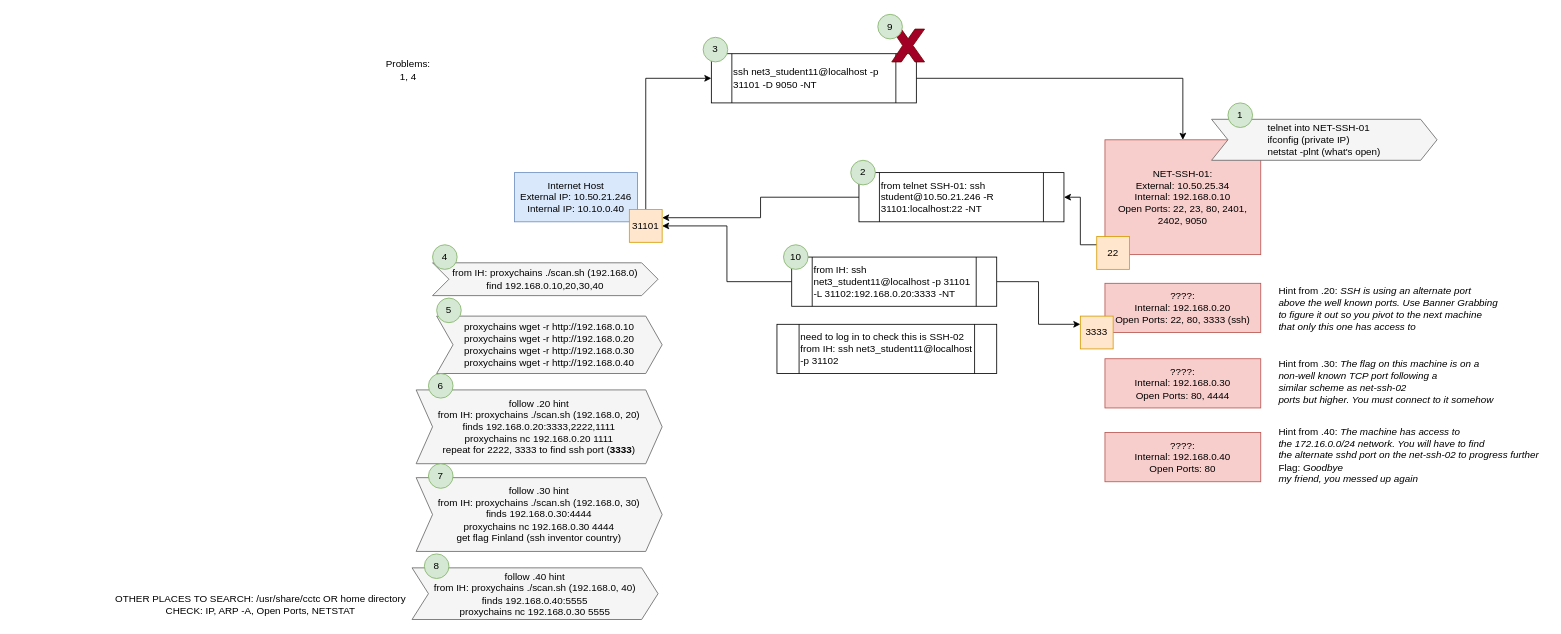
The draw.io diagram ctf/CTF_data_collection1.drawio in abfarr/cctc, before the edit. Source tidied: cells renumbered, new cells numbered last; positions are measured from the earlier drawing's top-left corner, leaving out a move shared by most shapes. Both pictures are drawn from the tidied source at 82%, with x=0, y=0 at pixel (108, 14).
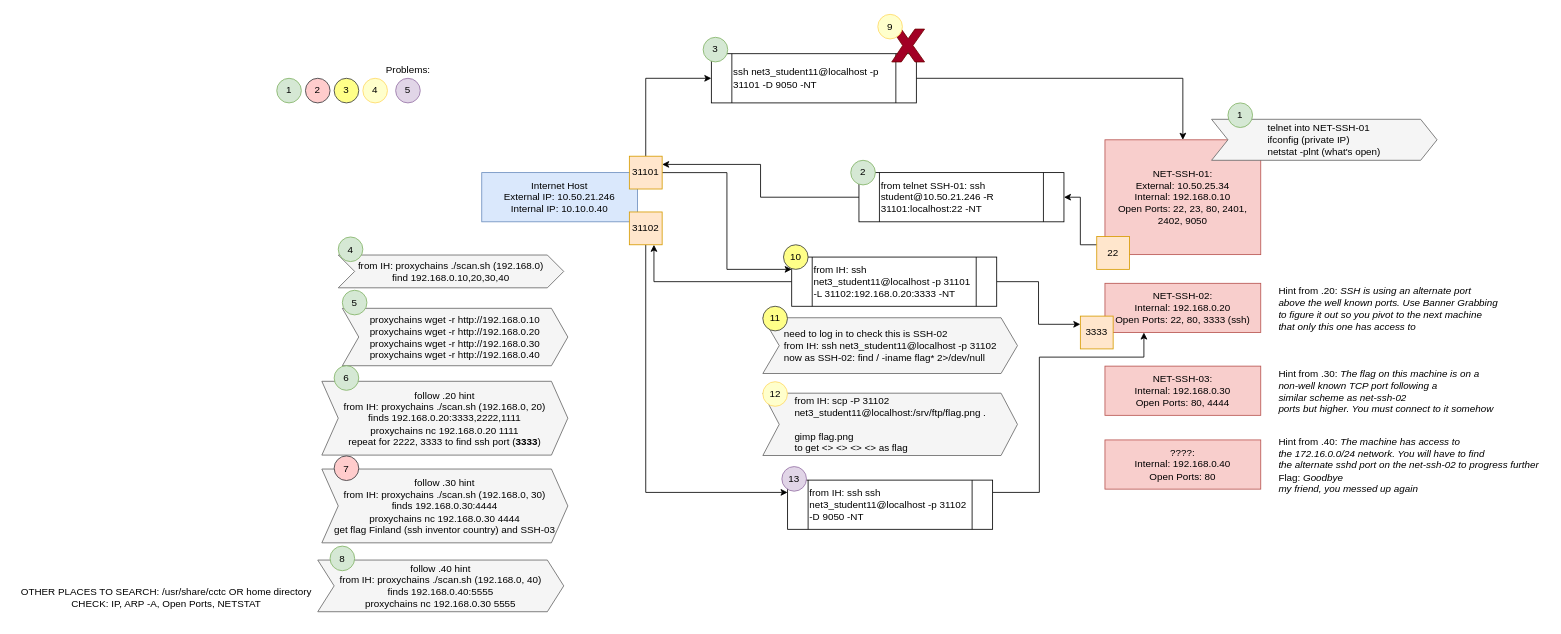
The same page after the edit.

The change refers to these unchanged cells:
```xml
<mxCell id="38" value="from IH:&amp;nbsp;ssh net3_student11@localhost -p 31101 -L 31102:192.168.0.20:3333 -NT" style="shape=process;whiteSpace=wrap;html=1;backgroundOutline=1;align=left;" parent="1" vertex="1">
  <mxGeometry x="833" y="296" width="250" height="60" as="geometry" />
</mxCell>
```

What changed in the source:
```diff
@@
     <mxCell id="2" value="Internet Host&lt;br&gt;External IP: 10.50.21.246&lt;br&gt;Internal IP: 10.10.0.40" style="rounded=0;whiteSpace=wrap;html=1;fillColor=#dae8fc;strokeColor=#6c8ebf;" parent="1" vertex="1">
-      <mxGeometry x="495" y="193" width="150" height="60" as="geometry" />
+      <mxGeometry x="455" y="193" width="190" height="60" as="geometry" />
     </mxCell>
@@
+    <mxCell id="42" style="edgeStyle=orthogonalEdgeStyle;rounded=0;jettySize=auto;html=1;exitX=1;exitY=0.5;exitDx=0;exitDy=0;entryX=0;entryY=0.25;entryDx=0;entryDy=0;" parent="1" edge="1" source="9" target="38">
+      <mxGeometry relative="1" as="geometry" />
+    </mxCell>
     <mxCell id="9" value="31101" style="whiteSpace=wrap;html=1;fillColor=#ffe6cc;strokeColor=#d79b00;" parent="1" vertex="1">
-      <mxGeometry x="635" y="238" width="40" height="40" as="geometry" />
+      <mxGeometry x="635" y="173" width="40" height="40" as="geometry" />
     </mxCell>
@@
-    <mxCell id="13" value="????:&lt;br&gt;Internal:&amp;nbsp;192.168.0.20&lt;br&gt;Open Ports: 22, 80, 3333 (ssh)" style="rounded=0;whiteSpace=wrap;html=1;fillColor=#f8cecc;strokeColor=#b85450;" parent="1" vertex="1">
+    <mxCell id="13" value="NET-SSH-02:&lt;br&gt;Internal:&amp;nbsp;192.168.0.20&lt;br&gt;Open Ports: 22, 80, 3333 (ssh)" style="rounded=0;whiteSpace=wrap;html=1;fillColor=#f8cecc;strokeColor=#b85450;" parent="1" vertex="1">
       <mxGeometry x="1215" y="328" width="190" height="60" as="geometry" />
     </mxCell>
-    <mxCell id="14" value="????:&lt;br&gt;Internal:&amp;nbsp;192.168.0.30&lt;br&gt;Open Ports: 80, 4444" style="rounded=0;whiteSpace=wrap;html=1;fillColor=#f8cecc;strokeColor=#b85450;" parent="1" vertex="1">
-      <mxGeometry x="1215" y="420" width="190" height="60" as="geometry" />
+    <mxCell id="14" value="NET-SSH-03:&lt;br&gt;Internal:&amp;nbsp;192.168.0.30&lt;br&gt;Open Ports: 80, 4444" style="rounded=0;whiteSpace=wrap;html=1;fillColor=#f8cecc;strokeColor=#b85450;" parent="1" vertex="1">
+      <mxGeometry x="1215" y="429" width="190" height="60" as="geometry" />
     </mxCell>
     <mxCell id="15" value="????:&lt;br&gt;Internal:&amp;nbsp;192.168.0.40&lt;br&gt;Open Ports: 80" style="rounded=0;whiteSpace=wrap;html=1;fillColor=#f8cecc;strokeColor=#b85450;" parent="1" vertex="1">
-      <mxGeometry x="1215" y="510" width="190" height="60" as="geometry" />
+      <mxGeometry x="1215" y="519" width="190" height="60" as="geometry" />
     </mxCell>
     <mxCell id="16" value="&lt;span style=&quot;color: rgb(0 , 0 , 0) ; text-align: left&quot;&gt;from IH:&amp;nbsp;&lt;/span&gt;&lt;font color=&quot;#000000&quot;&gt;proxychains ./scan.sh (192.168.0)&lt;br&gt;find 192.168.0.10,20,30,40&lt;br&gt;&lt;/font&gt;" style="shape=step;perimeter=stepPerimeter;whiteSpace=wrap;html=1;fixedSize=1;align=center;fillColor=#f5f5f5;fontColor=#333333;strokeColor=#666666;" parent="1" vertex="1">
-      <mxGeometry x="395" y="303" width="275" height="40" as="geometry" />
+      <mxGeometry x="280" y="293.5" width="275" height="40" as="geometry" />
     </mxCell>
@@
     <mxCell id="20" value="4" style="ellipse;whiteSpace=wrap;html=1;fillColor=#d5e8d4;strokeColor=#82b366;" parent="1" vertex="1">
-      <mxGeometry x="395" y="281" width="30" height="30" as="geometry" />
+      <mxGeometry x="280" y="271.5" width="30" height="30" as="geometry" />
     </mxCell>
     <mxCell id="21" value="&lt;div style=&quot;text-align: left&quot;&gt;&lt;span style=&quot;color: rgb(0 , 0 , 0)&quot;&gt;proxychains wget -r http://192.168.0.10&lt;/span&gt;&lt;/div&gt;&lt;div style=&quot;text-align: left&quot;&gt;&lt;span style=&quot;color: rgb(0 , 0 , 0)&quot;&gt;proxychains wget -r http://192.168.0.20&lt;/span&gt;&lt;span style=&quot;color: rgb(0 , 0 , 0)&quot;&gt;&lt;br&gt;&lt;/span&gt;&lt;/div&gt;&lt;div style=&quot;text-align: left&quot;&gt;&lt;span style=&quot;color: rgb(0 , 0 , 0)&quot;&gt;proxychains wget -r http://192.168.0.30&lt;/span&gt;&lt;span style=&quot;color: rgb(0 , 0 , 0)&quot;&gt;&lt;br&gt;&lt;/span&gt;&lt;/div&gt;&lt;div style=&quot;text-align: left&quot;&gt;&lt;span style=&quot;color: rgb(0 , 0 , 0)&quot;&gt;proxychains wget -r http://192.168.0.40&lt;/span&gt;&lt;span style=&quot;color: rgb(0 , 0 , 0)&quot;&gt;&lt;br&gt;&lt;/span&gt;&lt;/div&gt;" style="shape=step;perimeter=stepPerimeter;whiteSpace=wrap;html=1;fixedSize=1;align=center;fillColor=#f5f5f5;fontColor=#333333;strokeColor=#666666;" parent="1" vertex="1">
-      <mxGeometry x="400" y="368" width="275" height="70" as="geometry" />
+      <mxGeometry x="285" y="358.5" width="275" height="70" as="geometry" />
     </mxCell>
     <mxCell id="22" value="5" style="ellipse;whiteSpace=wrap;html=1;fillColor=#d5e8d4;strokeColor=#82b366;" parent="1" vertex="1">
-      <mxGeometry x="400" y="346" width="30" height="30" as="geometry" />
+      <mxGeometry x="285" y="336.5" width="30" height="30" as="geometry" />
     </mxCell>
-    <mxCell id="23" value="Problems:&lt;br&gt;1, 4" style="text;html=1;align=center;verticalAlign=middle;strokeColor=none;fillColor=none;" parent="1" vertex="1">
-      <mxGeometry x="330" y="53" width="70" height="30" as="geometry" />
+    <mxCell id="23" value="Problems:" style="text;html=1;align=center;verticalAlign=middle;strokeColor=none;fillColor=none;" parent="1" vertex="1">
+      <mxGeometry x="330" y="58" width="70" height="20" as="geometry" />
     </mxCell>
@@
     <mxCell id="25" value="Hint from .30: &lt;i&gt;The flag on this machine is on a &lt;br&gt;non-well known TCP port following a &lt;br&gt;similar scheme as net-ssh-02 &lt;br&gt;ports but higher. You must connect to it somehow&amp;nbsp;&lt;/i&gt;&amp;nbsp;" style="text;html=1;align=left;verticalAlign=middle;strokeColor=none;fillColor=none;" parent="1" vertex="1">
-      <mxGeometry x="1425" y="418" width="280" height="60" as="geometry" />
+      <mxGeometry x="1425" y="430" width="280" height="60" as="geometry" />
     </mxCell>
     <mxCell id="26" value="&lt;div&gt;Hint from .40: &lt;i&gt;The machine has access to&amp;nbsp;&lt;/i&gt;&lt;/div&gt;&lt;div&gt;&lt;i&gt;the 172.16.0.0/24 network. You will have to find&amp;nbsp;&lt;/i&gt;&lt;/div&gt;&lt;div&gt;&lt;i&gt;the alternate sshd port on the net-ssh-02 to progress further&lt;/i&gt;&lt;/div&gt;&lt;div&gt;Flag: &lt;i&gt;Goodbye&lt;/i&gt;&lt;/div&gt;&lt;div&gt;&lt;i&gt;my friend, you messed up again&lt;/i&gt;&lt;/div&gt;" style="text;html=1;align=left;verticalAlign=middle;strokeColor=none;fillColor=none;" parent="1" vertex="1">
-      <mxGeometry x="1425" y="498" width="330" height="80" as="geometry" />
+      <mxGeometry x="1425" y="510" width="330" height="80" as="geometry" />
     </mxCell>
     <mxCell id="27" value="&lt;span style=&quot;color: rgb(0 , 0 , 0) ; text-align: left&quot;&gt;follow .20 hint&lt;br&gt;from IH:&amp;nbsp;&lt;/span&gt;&lt;font color=&quot;#000000&quot;&gt;proxychains ./scan.sh (192.168.0, 20)&lt;br&gt;finds 192.168.0.20:3333,2222,1111&lt;br&gt;&lt;/font&gt;&lt;span style=&quot;color: rgb(0 , 0 , 0)&quot;&gt;proxychains nc 192.168.0.20 1111&lt;/span&gt;&lt;br style=&quot;color: rgb(0 , 0 , 0)&quot;&gt;&lt;span style=&quot;color: rgb(0 , 0 , 0)&quot;&gt;repeat for 2222, 3333 to find ssh port (&lt;/span&gt;&lt;b style=&quot;color: rgb(0 , 0 , 0)&quot;&gt;3333&lt;/b&gt;&lt;span style=&quot;color: rgb(0 , 0 , 0)&quot;&gt;)&lt;/span&gt;&lt;font color=&quot;#000000&quot;&gt;&lt;br&gt;&lt;/font&gt;" style="shape=step;perimeter=stepPerimeter;whiteSpace=wrap;html=1;fixedSize=1;align=center;fillColor=#f5f5f5;fontColor=#333333;strokeColor=#666666;" parent="1" vertex="1">
-      <mxGeometry x="375" y="458" width="300" height="90" as="geometry" />
+      <mxGeometry x="260" y="447.5" width="300" height="90" as="geometry" />
     </mxCell>
     <mxCell id="28" value="6" style="ellipse;whiteSpace=wrap;html=1;fillColor=#d5e8d4;strokeColor=#82b366;" parent="1" vertex="1">
-      <mxGeometry x="390" y="438" width="30" height="30" as="geometry" />
+      <mxGeometry x="275" y="428.5" width="30" height="30" as="geometry" />
     </mxCell>
-    <mxCell id="29" value="&lt;span style=&quot;color: rgb(0 , 0 , 0) ; text-align: left&quot;&gt;follow .30 hint&lt;br&gt;from IH:&amp;nbsp;&lt;/span&gt;&lt;font color=&quot;#000000&quot;&gt;proxychains ./scan.sh (192.168.0, 30)&lt;br&gt;finds 192.168.0.30:4444&lt;br&gt;&lt;/font&gt;&lt;span style=&quot;color: rgb(0 , 0 , 0)&quot;&gt;proxychains nc 192.168.0.30 4444&lt;br&gt;&lt;/span&gt;&lt;font color=&quot;#000000&quot;&gt;get flag Finland (ssh inventor country)&lt;br&gt;&lt;/font&gt;" style="shape=step;perimeter=stepPerimeter;whiteSpace=wrap;html=1;fixedSize=1;align=center;fillColor=#f5f5f5;fontColor=#333333;strokeColor=#666666;" parent="1" vertex="1">
-      <mxGeometry x="375" y="565" width="300" height="90" as="geometry" />
+    <mxCell id="29" value="&lt;span style=&quot;color: rgb(0 , 0 , 0) ; text-align: left&quot;&gt;follow .30 hint&lt;br&gt;from IH:&amp;nbsp;&lt;/span&gt;&lt;font color=&quot;#000000&quot;&gt;proxychains ./scan.sh (192.168.0, 30)&lt;br&gt;finds 192.168.0.30:4444&lt;br&gt;&lt;/font&gt;&lt;span style=&quot;color: rgb(0 , 0 , 0)&quot;&gt;proxychains nc 192.168.0.30 4444&lt;br&gt;&lt;/span&gt;&lt;font color=&quot;#000000&quot;&gt;get flag Finland (ssh inventor country) and SSH-03&lt;br&gt;&lt;/font&gt;" style="shape=step;perimeter=stepPerimeter;whiteSpace=wrap;html=1;fixedSize=1;align=center;fillColor=#f5f5f5;fontColor=#333333;strokeColor=#666666;" parent="1" vertex="1">
+      <mxGeometry x="260" y="554.5" width="300" height="90" as="geometry" />
     </mxCell>
-    <mxCell id="30" value="7" style="ellipse;whiteSpace=wrap;html=1;fillColor=#d5e8d4;strokeColor=#82b366;" parent="1" vertex="1">
-      <mxGeometry x="390" y="548" width="30" height="30" as="geometry" />
+    <mxCell id="30" value="7" style="ellipse;whiteSpace=wrap;html=1;fillColor=#ffcccc;strokeColor=#36393d;" parent="1" vertex="1">
+      <mxGeometry x="275" y="538.5" width="30" height="30" as="geometry" />
     </mxCell>
     <mxCell id="31" value="&lt;span style=&quot;color: rgb(0 , 0 , 0) ; text-align: left&quot;&gt;follow .40 hint&lt;br&gt;from IH:&amp;nbsp;&lt;/span&gt;&lt;font color=&quot;#000000&quot;&gt;proxychains ./scan.sh (192.168.0, 40)&lt;br&gt;finds 192.168.0.40:5555&lt;br&gt;&lt;/font&gt;&lt;span style=&quot;color: rgb(0 , 0 , 0)&quot;&gt;proxychains nc 192.168.0.30 5555&lt;/span&gt;&lt;font color=&quot;#000000&quot;&gt;&lt;br&gt;&lt;/font&gt;" style="shape=step;perimeter=stepPerimeter;whiteSpace=wrap;html=1;fixedSize=1;align=center;fillColor=#f5f5f5;fontColor=#333333;strokeColor=#666666;" parent="1" vertex="1">
-      <mxGeometry x="370" y="675" width="300" height="63" as="geometry" />
+      <mxGeometry x="255" y="665.5" width="300" height="63" as="geometry" />
     </mxCell>
     <mxCell id="32" value="8" style="ellipse;whiteSpace=wrap;html=1;fillColor=#d5e8d4;strokeColor=#82b366;" parent="1" vertex="1">
-      <mxGeometry x="385" y="658" width="30" height="30" as="geometry" />
+      <mxGeometry x="270" y="648.5" width="30" height="30" as="geometry" />
     </mxCell>
     <mxCell id="33" value="&lt;div&gt;OTHER PLACES TO SEARCH: /usr/share/cctc OR home directory&lt;/div&gt;&lt;div&gt;CHECK: IP, ARP -A, Open Ports, NETSTAT&lt;/div&gt;" style="text;html=1;align=center;verticalAlign=middle;strokeColor=none;fillColor=none;" parent="1" vertex="1">
-      <mxGeometry y="705" width="370" height="30" as="geometry" />
+      <mxGeometry x="-115" y="695.5" width="370" height="30" as="geometry" />
     </mxCell>
@@
-    <mxCell id="35" value="9" style="ellipse;whiteSpace=wrap;html=1;fillColor=#d5e8d4;strokeColor=#82b366;" parent="1" vertex="1">
+    <mxCell id="35" value="9" style="ellipse;whiteSpace=wrap;html=1;fillColor=#FFFFCC;strokeColor=#FFD966;" parent="1" vertex="1">
       <mxGeometry x="938" width="30" height="30" as="geometry" />
     </mxCell>
-    <mxCell id="36" style="edgeStyle=orthogonalEdgeStyle;rounded=0;jettySize=auto;html=1;exitX=0;exitY=0.5;exitDx=0;exitDy=0;entryX=1;entryY=0.5;entryDx=0;entryDy=0;" parent="1" edge="1" source="38" target="9">
-      <mxGeometry relative="1" as="geometry" />
-    </mxCell>
@@
+    <mxCell id="43" style="edgeStyle=orthogonalEdgeStyle;rounded=0;jettySize=auto;html=1;exitX=0;exitY=0.5;exitDx=0;exitDy=0;entryX=0.75;entryY=1;entryDx=0;entryDy=0;" parent="1" edge="1" source="38" target="47">
+      <mxGeometry relative="1" as="geometry" />
+    </mxCell>
@@
-    <mxCell id="39" value="10" style="ellipse;whiteSpace=wrap;html=1;fillColor=#d5e8d4;strokeColor=#82b366;" parent="1" vertex="1">
+    <mxCell id="39" value="10" style="ellipse;whiteSpace=wrap;html=1;fillColor=#ffff88;strokeColor=#36393d;" parent="1" vertex="1">
       <mxGeometry x="823" y="281" width="30" height="30" as="geometry" />
     </mxCell>
@@
-    <mxCell id="41" value="need to log in to check this is SSH-02&lt;br&gt;from IH:&amp;nbsp;ssh net3_student11@localhost -p 31102" style="shape=process;whiteSpace=wrap;html=1;backgroundOutline=1;align=left;" parent="1" vertex="1">
-      <mxGeometry x="815" y="378" width="268" height="60" as="geometry" />
-    </mxCell>
+    <mxCell id="44" value="&lt;div style=&quot;text-align: left&quot;&gt;&lt;span style=&quot;color: rgb(0 , 0 , 0)&quot;&gt;need to log in to check this is SSH-02&lt;/span&gt;&lt;br style=&quot;color: rgb(0 , 0 , 0)&quot;&gt;&lt;span style=&quot;color: rgb(0 , 0 , 0)&quot;&gt;from IH:&amp;nbsp;ssh net3_student11@localhost -p 31102&lt;/span&gt;&lt;br&gt;&lt;/div&gt;&lt;div style=&quot;text-align: left&quot;&gt;&lt;span style=&quot;color: rgb(0 , 0 , 0)&quot;&gt;now as SSH-02: find / -iname flag* 2&amp;gt;/dev/null&lt;/span&gt;&lt;br&gt;&lt;/div&gt;" style="shape=step;perimeter=stepPerimeter;html=1;fixedSize=1;align=center;fillColor=#f5f5f5;fontColor=#333333;strokeColor=#666666;whiteSpace=wrap;" parent="1" vertex="1">
+      <mxGeometry x="797.8" y="370" width="310.5" height="68" as="geometry" />
+    </mxCell>
+    <mxCell id="45" value="11" style="ellipse;whiteSpace=wrap;html=1;fillColor=#ffff88;strokeColor=#36393d;" parent="1" vertex="1">
+      <mxGeometry x="797.8" y="356" width="30" height="30" as="geometry" />
+    </mxCell>
+    <mxCell id="46" style="edgeStyle=orthogonalEdgeStyle;rounded=0;jettySize=auto;html=1;exitX=0.5;exitY=1;exitDx=0;exitDy=0;entryX=0;entryY=0.25;entryDx=0;entryDy=0;fontColor=#99FF99;" parent="1" edge="1" source="47" target="51">
+      <mxGeometry relative="1" as="geometry" />
+    </mxCell>
+    <mxCell id="47" value="31102" style="whiteSpace=wrap;html=1;fillColor=#ffe6cc;strokeColor=#d79b00;" parent="1" vertex="1">
+      <mxGeometry x="635" y="241" width="40" height="40" as="geometry" />
+    </mxCell>
+    <mxCell id="48" value="&lt;div style=&quot;text-align: left&quot;&gt;&lt;font color=&quot;#000000&quot;&gt;from IH: scp -P 31102&amp;nbsp;&lt;/font&gt;&lt;/div&gt;&lt;div style=&quot;text-align: left&quot;&gt;&lt;font color=&quot;#000000&quot;&gt;net3_student11@localhost:/srv/ftp/flag.png .&lt;/font&gt;&lt;br&gt;&lt;/div&gt;&lt;div style=&quot;text-align: left&quot;&gt;&lt;font color=&quot;#000000&quot;&gt;&lt;br&gt;&lt;/font&gt;&lt;/div&gt;&lt;div style=&quot;text-align: left&quot;&gt;&lt;font color=&quot;#000000&quot;&gt;gimp flag.png&lt;/font&gt;&lt;/div&gt;&lt;div style=&quot;text-align: left&quot;&gt;&lt;font color=&quot;#000000&quot;&gt;to get &amp;lt;&amp;gt; &amp;lt;&amp;gt; &amp;lt;&amp;gt; &amp;lt;&amp;gt; as flag&lt;/font&gt;&lt;/div&gt;" style="shape=step;perimeter=stepPerimeter;html=1;fixedSize=1;align=center;fillColor=#f5f5f5;fontColor=#333333;strokeColor=#666666;whiteSpace=wrap;" parent="1" vertex="1">
+      <mxGeometry x="797.8" y="462" width="310.5" height="76" as="geometry" />
+    </mxCell>
+    <mxCell id="49" value="12" style="ellipse;whiteSpace=wrap;html=1;fillColor=#FFFFCC;strokeColor=#FFD966;" parent="1" vertex="1">
+      <mxGeometry x="797.8" y="448" width="30" height="30" as="geometry" />
+    </mxCell>
+    <mxCell id="50" style="edgeStyle=orthogonalEdgeStyle;rounded=0;jettySize=auto;html=1;exitX=1;exitY=0.25;exitDx=0;exitDy=0;entryX=0.25;entryY=1;entryDx=0;entryDy=0;fontColor=#99FF99;" parent="1" edge="1" source="51" target="13">
+      <mxGeometry relative="1" as="geometry">
+        <Array as="points">
+          <mxPoint x="1135" y="583" />
+          <mxPoint x="1135" y="418" />
+          <mxPoint x="1263" y="418" />
+        </Array>
+      </mxGeometry>
+    </mxCell>
+    <mxCell id="51" value="from IH:&amp;nbsp;ssh ssh net3_student11@localhost -p 31102 -D 9050 -NT" style="shape=process;whiteSpace=wrap;html=1;backgroundOutline=1;align=left;" parent="1" vertex="1">
+      <mxGeometry x="828" y="568" width="250" height="60" as="geometry" />
+    </mxCell>
+    <mxCell id="52" value="13" style="ellipse;whiteSpace=wrap;html=1;fillColor=#e1d5e7;strokeColor=#9673a6;" parent="1" vertex="1">
+      <mxGeometry x="821" y="551.5" width="30" height="30" as="geometry" />
+    </mxCell>
+    <mxCell id="53" value="1" style="ellipse;whiteSpace=wrap;html=1;fillColor=#d5e8d4;strokeColor=#82b366;" parent="1" vertex="1">
+      <mxGeometry x="205" y="78" width="30" height="30" as="geometry" />
+    </mxCell>
+    <mxCell id="54" value="4" style="ellipse;whiteSpace=wrap;html=1;fillColor=#FFFFCC;strokeColor=#FFD966;" parent="1" vertex="1">
+      <mxGeometry x="310" y="78" width="30" height="30" as="geometry" />
+    </mxCell>
+    <mxCell id="55" value="5" style="ellipse;whiteSpace=wrap;html=1;fillColor=#e1d5e7;strokeColor=#9673a6;" parent="1" vertex="1">
+      <mxGeometry x="350" y="78" width="30" height="30" as="geometry" />
+    </mxCell>
+    <mxCell id="56" value="3" style="ellipse;whiteSpace=wrap;html=1;fillColor=#ffff88;strokeColor=#36393d;" parent="1" vertex="1">
+      <mxGeometry x="275" y="78" width="30" height="30" as="geometry" />
+    </mxCell>
+    <mxCell id="57" value="2" style="ellipse;whiteSpace=wrap;html=1;fillColor=#ffcccc;strokeColor=#36393d;" parent="1" vertex="1">
+      <mxGeometry x="240" y="78" width="30" height="30" as="geometry" />
+    </mxCell>
```
